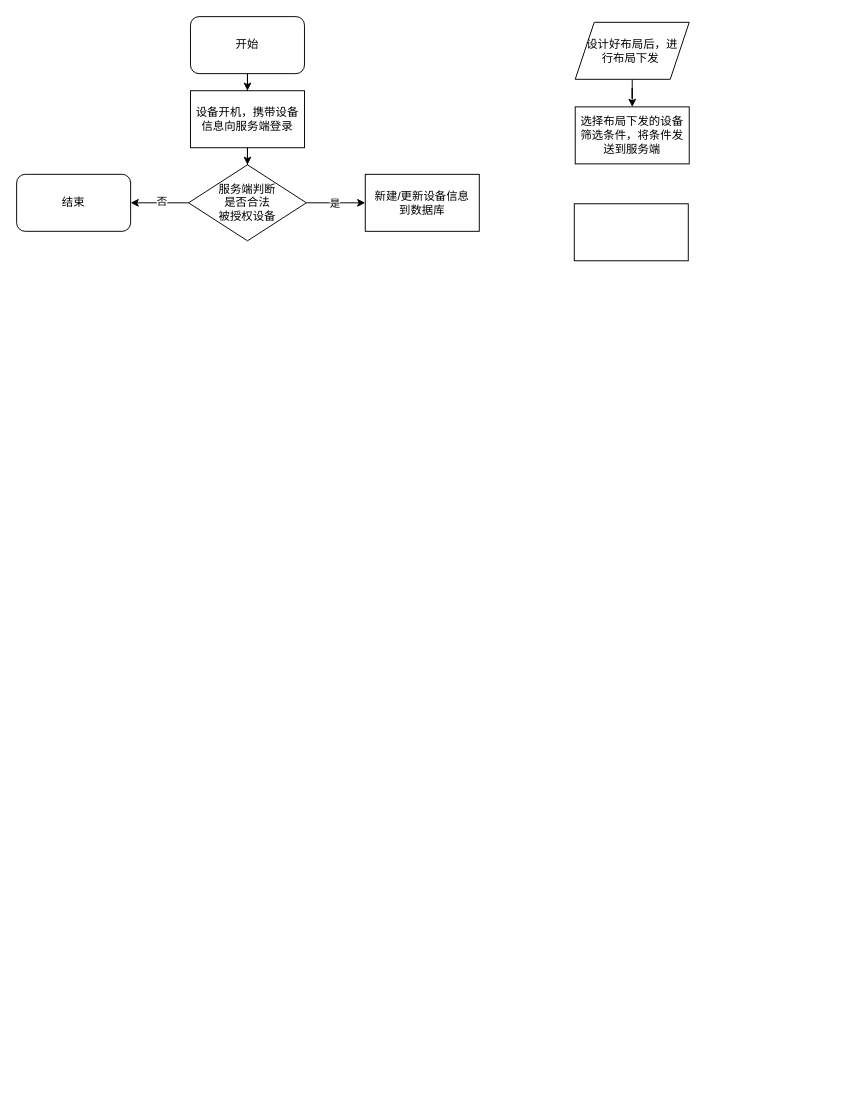
Earlier version of the draw.io diagram 专利-布局下发-流程图.drawio (sjxbg/xmindfile). Source tidied: cells renumbered, new cells numbered last; positions are measured from the earlier drawing's top-left corner, leaving out a move shared by most shapes. Both pictures are drawn from the tidied source at 95%, with x=0, y=0 at pixel (16, 16).
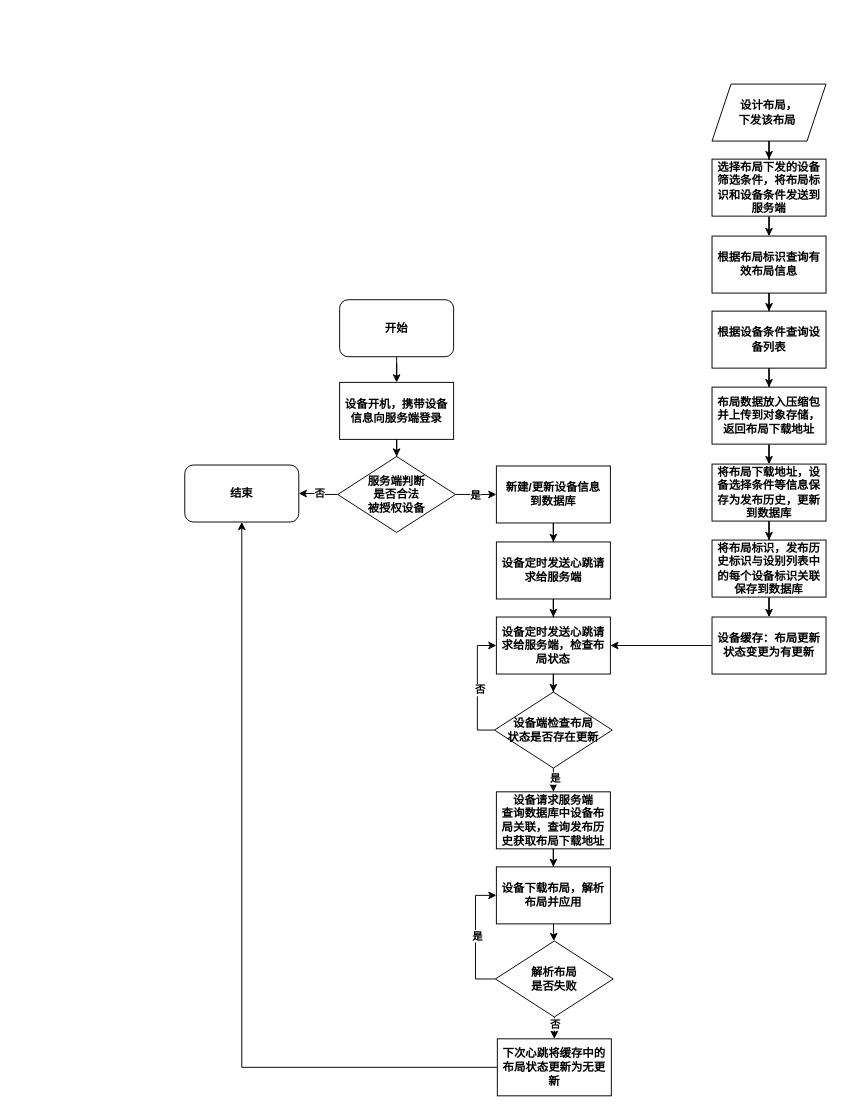
Above is the later version.

Commit message:
更新专利-布局下发-流程图.drawio

What changed in the source:
```diff
@@
-    <mxCell id="2" style="edgeStyle=orthogonalEdgeStyle;rounded=0;jettySize=auto;html=1;" parent="1" edge="1" source="3" target="5">
+    <mxCell id="2" style="edgeStyle=orthogonalEdgeStyle;rounded=0;jettySize=auto;html=1;fontStyle=1;" parent="1" edge="1" source="3" target="5">
       <mxGeometry relative="1" as="geometry" />
     </mxCell>
-    <mxCell id="3" value="开始" style="rounded=1;whiteSpace=wrap;html=1;" parent="1" vertex="1">
-      <mxGeometry x="183" width="120" height="60" as="geometry" />
+    <mxCell id="3" value="开始" style="rounded=1;whiteSpace=wrap;html=1;fontStyle=1;" parent="1" vertex="1">
+      <mxGeometry x="340" y="298" width="120" height="60" as="geometry" />
     </mxCell>
-    <mxCell id="4" style="edgeStyle=orthogonalEdgeStyle;rounded=0;jettySize=auto;html=1;" parent="1" edge="1" source="5" target="10">
+    <mxCell id="4" style="edgeStyle=orthogonalEdgeStyle;rounded=0;jettySize=auto;html=1;fontStyle=1;" parent="1" edge="1" source="5" target="10">
       <mxGeometry relative="1" as="geometry" />
     </mxCell>
-    <mxCell id="5" value="设备开机，携带设备信息向服务端登录" style="rounded=0;whiteSpace=wrap;html=1;" parent="1" vertex="1">
-      <mxGeometry x="183" y="78" width="120" height="60" as="geometry" />
+    <mxCell id="5" value="设备开机，携带设备信息向服务端登录" style="rounded=0;whiteSpace=wrap;html=1;fontStyle=1;" parent="1" vertex="1">
+      <mxGeometry x="340" y="385" width="120" height="60" as="geometry" />
     </mxCell>
-    <mxCell id="6" style="edgeStyle=orthogonalEdgeStyle;rounded=0;jettySize=auto;html=1;" parent="1" edge="1" source="10" target="11">
+    <mxCell id="6" style="edgeStyle=orthogonalEdgeStyle;rounded=0;jettySize=auto;html=1;fontStyle=1;" parent="1" edge="1" source="10" target="11">
       <mxGeometry relative="1" as="geometry" />
     </mxCell>
-    <mxCell id="7" value="否" style="edgeLabel;html=1;align=center;verticalAlign=middle;" parent="6" vertex="1">
+    <mxCell id="7" value="否" style="edgeLabel;html=1;align=center;verticalAlign=middle;fontStyle=1;" parent="6" vertex="1">
       <mxGeometry x="-0.05" y="-2" relative="1" as="geometry" />
     </mxCell>
-    <mxCell id="8" style="edgeStyle=orthogonalEdgeStyle;rounded=0;jettySize=auto;html=1;" parent="1" edge="1" source="10" target="12">
+    <mxCell id="8" style="edgeStyle=orthogonalEdgeStyle;rounded=0;jettySize=auto;html=1;fontStyle=1;" parent="1" edge="1" source="10" target="12">
       <mxGeometry relative="1" as="geometry" />
     </mxCell>
-    <mxCell id="9" value="是" style="edgeLabel;html=1;align=center;verticalAlign=middle;" parent="8" vertex="1">
+    <mxCell id="9" value="是" style="edgeLabel;html=1;align=center;verticalAlign=middle;fontStyle=1;" parent="8" vertex="1">
       <mxGeometry x="-0.08" relative="1" as="geometry" />
     </mxCell>
-    <mxCell id="10" value="服务端判断&lt;div&gt;是否合法&lt;div&gt;被授权设备&lt;/div&gt;&lt;/div&gt;" style="rhombus;whiteSpace=wrap;html=1;" parent="1" vertex="1">
-      <mxGeometry x="181" y="156" width="124" height="80" as="geometry" />
+    <mxCell id="10" value="服务端判断&lt;div&gt;是否合法&lt;div&gt;被授权设备&lt;/div&gt;&lt;/div&gt;" style="rhombus;whiteSpace=wrap;html=1;fontStyle=1;" parent="1" vertex="1">
+      <mxGeometry x="338" y="463" width="124" height="80" as="geometry" />
     </mxCell>
-    <mxCell id="11" value="结束" style="rounded=1;whiteSpace=wrap;html=1;" parent="1" vertex="1">
-      <mxGeometry y="166" width="120" height="60" as="geometry" />
+    <mxCell id="11" value="结束" style="rounded=1;whiteSpace=wrap;html=1;fontStyle=1;" parent="1" vertex="1">
+      <mxGeometry x="177" y="472" width="120" height="60" as="geometry" />
     </mxCell>
+    <mxCell id="17" style="edgeStyle=orthogonalEdgeStyle;rounded=0;jettySize=auto;html=1;entryX=0.5;entryY=0;entryDx=0;entryDy=0;fontStyle=1;" parent="1" edge="1" source="12" target="21">
+      <mxGeometry relative="1" as="geometry" />
+    </mxCell>
-    <mxCell id="12" value="新建/更新设备信息&lt;div&gt;到数据库&lt;/div&gt;" style="rounded=0;whiteSpace=wrap;html=1;" parent="1" vertex="1">
-      <mxGeometry x="367" y="166" width="120" height="60" as="geometry" />
+    <mxCell id="12" value="新建/更新设备信息&lt;div&gt;到数据库&lt;/div&gt;" style="rounded=0;whiteSpace=wrap;html=1;fontStyle=1;" parent="1" vertex="1">
+      <mxGeometry x="505" y="473" width="120" height="60" as="geometry" />
     </mxCell>
+    <mxCell id="18" style="edgeStyle=orthogonalEdgeStyle;rounded=0;jettySize=auto;html=1;fontStyle=1;" parent="1" edge="1" source="13" target="14">
+      <mxGeometry relative="1" as="geometry" />
+    </mxCell>
-    <mxCell id="13" value="选择布局下发的设备筛选条件，将条件发送到服务端" style="rounded=0;whiteSpace=wrap;html=1;" parent="1" vertex="1">
-      <mxGeometry x="588" y="95" width="120" height="60" as="geometry" />
+    <mxCell id="13" value="选择布局下发的设备筛选条件，将布局标识和设备条件发送到服务端" style="rounded=0;whiteSpace=wrap;html=1;fontStyle=1;" parent="1" vertex="1">
+      <mxGeometry x="732" y="150" width="120" height="60" as="geometry" />
     </mxCell>
+    <mxCell id="19" style="edgeStyle=orthogonalEdgeStyle;rounded=0;jettySize=auto;html=1;fontStyle=1;" parent="1" edge="1" source="14" target="25">
+      <mxGeometry relative="1" as="geometry" />
+    </mxCell>
-    <mxCell id="14" style="whiteSpace=wrap;html=1;" parent="1" vertex="1">
-      <mxGeometry x="587" y="197" width="120" height="60" as="geometry" />
+    <mxCell id="14" value="根据布局标识查询有效布局信息" style="whiteSpace=wrap;html=1;fontStyle=1;" parent="1" vertex="1">
+      <mxGeometry x="732" y="231" width="120" height="60" as="geometry" />
     </mxCell>
-    <mxCell id="15" style="edgeStyle=orthogonalEdgeStyle;rounded=0;jettySize=auto;html=1;" parent="1" edge="1" source="16" target="13">
+    <mxCell id="15" style="edgeStyle=orthogonalEdgeStyle;rounded=0;jettySize=auto;html=1;fontStyle=1;" parent="1" edge="1" source="16" target="13">
       <mxGeometry relative="1" as="geometry" />
     </mxCell>
-    <mxCell id="16" value="设计好布局后，进&lt;div&gt;行布局下发&amp;nbsp;&lt;/div&gt;" style="shape=parallelogram;perimeter=parallelogramPerimeter;whiteSpace=wrap;html=1;fixedSize=1;" parent="1" vertex="1">
-      <mxGeometry x="588" y="6" width="120" height="60" as="geometry" />
+    <mxCell id="16" value="设计布局，&lt;div&gt;下发该&lt;span style=&quot;background-color: initial;&quot;&gt;布局&amp;nbsp;&lt;/span&gt;&lt;/div&gt;" style="shape=parallelogram;perimeter=parallelogramPerimeter;whiteSpace=wrap;html=1;fixedSize=1;fontStyle=1;" parent="1" vertex="1">
+      <mxGeometry x="732" y="71" width="120" height="60" as="geometry" />
     </mxCell>
+    <mxCell id="20" style="edgeStyle=orthogonalEdgeStyle;rounded=0;jettySize=auto;html=1;fontStyle=1;" parent="1" edge="1" source="21" target="23">
+      <mxGeometry relative="1" as="geometry" />
+    </mxCell>
+    <mxCell id="21" value="设备定时发送心跳请求给服务端" style="rounded=0;whiteSpace=wrap;html=1;fontStyle=1;" parent="1" vertex="1">
+      <mxGeometry x="505" y="553" width="120" height="60" as="geometry" />
+    </mxCell>
+    <mxCell id="22" style="edgeStyle=orthogonalEdgeStyle;rounded=0;jettySize=auto;html=1;fontStyle=1;" parent="1" edge="1" source="23" target="36">
+      <mxGeometry relative="1" as="geometry" />
+    </mxCell>
+    <mxCell id="23" value="设备定时发送心跳请求给服务端，检查布局状态" style="rounded=0;whiteSpace=wrap;html=1;fontStyle=1;" parent="1" vertex="1">
+      <mxGeometry x="505" y="632" width="120" height="60" as="geometry" />
+    </mxCell>
+    <mxCell id="24" style="edgeStyle=orthogonalEdgeStyle;rounded=0;jettySize=auto;html=1;fontStyle=1;" parent="1" edge="1" source="25" target="27">
+      <mxGeometry relative="1" as="geometry" />
+    </mxCell>
+    <mxCell id="25" value="根据设备条件查询设备列表" style="whiteSpace=wrap;html=1;fontStyle=1;" parent="1" vertex="1">
+      <mxGeometry x="732" y="310" width="120" height="60" as="geometry" />
+    </mxCell>
+    <mxCell id="26" style="edgeStyle=orthogonalEdgeStyle;rounded=0;jettySize=auto;html=1;fontStyle=1;" parent="1" edge="1" source="27" target="29">
+      <mxGeometry relative="1" as="geometry" />
+    </mxCell>
+    <mxCell id="27" value="布局数据放入压缩包并上传到对象存储，返回布局下载地址" style="whiteSpace=wrap;html=1;fontStyle=1;" parent="1" vertex="1">
+      <mxGeometry x="732" y="390" width="120" height="60" as="geometry" />
+    </mxCell>
+    <mxCell id="28" style="edgeStyle=orthogonalEdgeStyle;rounded=0;jettySize=auto;html=1;fontStyle=1;" parent="1" edge="1" source="29" target="40">
+      <mxGeometry relative="1" as="geometry" />
+    </mxCell>
+    <mxCell id="29" value="将布局下载地址，设备选择条件等信息保存为发布历史，更新到数据库" style="whiteSpace=wrap;html=1;fontStyle=1;" parent="1" vertex="1">
+      <mxGeometry x="732" y="471" width="120" height="60" as="geometry" />
+    </mxCell>
+    <mxCell id="30" style="edgeStyle=orthogonalEdgeStyle;rounded=0;jettySize=auto;html=1;fontStyle=1;" parent="1" edge="1" source="31" target="23">
+      <mxGeometry relative="1" as="geometry" />
+    </mxCell>
+    <mxCell id="31" value="设备缓存：布局更新状态变更为有更新" style="whiteSpace=wrap;html=1;fontStyle=1;" parent="1" vertex="1">
+      <mxGeometry x="732" y="632" width="120" height="60" as="geometry" />
+    </mxCell>
+    <mxCell id="32" style="edgeStyle=orthogonalEdgeStyle;rounded=0;jettySize=auto;html=1;entryX=0;entryY=0.5;entryDx=0;entryDy=0;fontStyle=1;" parent="1" edge="1" source="36" target="23">
+      <mxGeometry relative="1" as="geometry">
+        <Array as="points">
+          <mxPoint x="485" y="751" />
+          <mxPoint x="485" y="662" />
+        </Array>
+      </mxGeometry>
+    </mxCell>
+    <mxCell id="33" value="否" style="edgeLabel;html=1;align=center;verticalAlign=middle;fontStyle=1;" parent="32" vertex="1">
+      <mxGeometry x="-0.04" y="-2" relative="1" as="geometry" />
+    </mxCell>
+    <mxCell id="34" style="edgeStyle=orthogonalEdgeStyle;rounded=0;jettySize=auto;html=1;fontStyle=1;" parent="1" edge="1" source="36" target="38">
+      <mxGeometry relative="1" as="geometry" />
+    </mxCell>
+    <mxCell id="35" value="是" style="edgeLabel;html=1;align=center;verticalAlign=middle;fontStyle=1;" parent="34" vertex="1">
+      <mxGeometry x="-0.3" relative="1" as="geometry">
+        <mxPoint x="1" y="-9" as="offset" />
+      </mxGeometry>
+    </mxCell>
+    <mxCell id="36" value="设备端检查布局&lt;div&gt;状态是否存在更新&lt;/div&gt;" style="rhombus;whiteSpace=wrap;html=1;fontStyle=1;" parent="1" vertex="1">
+      <mxGeometry x="503" y="711" width="124" height="80" as="geometry" />
+    </mxCell>
+    <mxCell id="37" style="edgeStyle=orthogonalEdgeStyle;rounded=0;jettySize=auto;html=1;fontStyle=1;" parent="1" edge="1" source="38" target="42">
+      <mxGeometry relative="1" as="geometry" />
+    </mxCell>
+    <mxCell id="38" value="设备请求服务端&lt;div&gt;查询数据库中设备布局关联，查询发布历史获取布局下载地址&lt;/div&gt;" style="rounded=0;whiteSpace=wrap;html=1;fontStyle=1;" parent="1" vertex="1">
+      <mxGeometry x="505" y="816" width="120" height="60" as="geometry" />
+    </mxCell>
+    <mxCell id="39" style="edgeStyle=orthogonalEdgeStyle;rounded=0;jettySize=auto;html=1;fontStyle=1;" parent="1" edge="1" source="40" target="31">
+      <mxGeometry relative="1" as="geometry" />
+    </mxCell>
+    <mxCell id="40" value="将布局标识，发布历史标识与设别列表中的每个设备标识关联保存到数据库" style="whiteSpace=wrap;html=1;fontStyle=1;" parent="1" vertex="1">
+      <mxGeometry x="732" y="551" width="120" height="60" as="geometry" />
+    </mxCell>
+    <mxCell id="41" style="edgeStyle=orthogonalEdgeStyle;rounded=0;jettySize=auto;html=1;fontStyle=1;" parent="1" edge="1" target="47">
+      <mxGeometry relative="1" as="geometry">
+        <mxPoint x="565" y="952" as="sourcePoint" />
+      </mxGeometry>
+    </mxCell>
+    <mxCell id="42" value="设备下载布局，解析布局并应用" style="rounded=0;whiteSpace=wrap;html=1;fontStyle=1;" parent="1" vertex="1">
+      <mxGeometry x="505" y="895" width="120" height="60" as="geometry" />
+    </mxCell>
+    <mxCell id="43" style="edgeStyle=orthogonalEdgeStyle;rounded=0;jettySize=auto;html=1;entryX=0;entryY=0.5;entryDx=0;entryDy=0;fontStyle=1;" parent="1" edge="1" source="47" target="42">
+      <mxGeometry relative="1" as="geometry">
+        <Array as="points">
+          <mxPoint x="483" y="1013" />
+          <mxPoint x="483" y="925" />
+        </Array>
+      </mxGeometry>
+    </mxCell>
+    <mxCell id="44" value="是" style="edgeLabel;html=1;align=center;verticalAlign=middle;fontStyle=1;" parent="43" vertex="1">
+      <mxGeometry x="0.03" y="-1" relative="1" as="geometry" />
+    </mxCell>
+    <mxCell id="45" style="edgeStyle=orthogonalEdgeStyle;rounded=0;jettySize=auto;html=1;fontStyle=1;" parent="1" edge="1" source="47" target="49">
+      <mxGeometry relative="1" as="geometry" />
+    </mxCell>
+    <mxCell id="46" value="否" style="edgeLabel;html=1;align=center;verticalAlign=middle;fontStyle=1;" parent="45" vertex="1">
+      <mxGeometry x="-0.58" relative="1" as="geometry">
+        <mxPoint y="-5" as="offset" />
+      </mxGeometry>
+    </mxCell>
+    <mxCell id="47" value="解析布局&lt;div&gt;是否失败&lt;/div&gt;" style="rhombus;whiteSpace=wrap;html=1;fontStyle=1;" parent="1" vertex="1">
+      <mxGeometry x="504" y="973" width="124" height="80" as="geometry" />
+    </mxCell>
+    <mxCell id="48" style="edgeStyle=orthogonalEdgeStyle;rounded=0;jettySize=auto;html=1;entryX=0.5;entryY=1;entryDx=0;entryDy=0;fontStyle=1;" parent="1" edge="1" source="49" target="11">
+      <mxGeometry relative="1" as="geometry" />
+    </mxCell>
+    <mxCell id="49" value="下次心跳将缓存中的布局状态更新为无更新" style="whiteSpace=wrap;html=1;fontStyle=1;" parent="1" vertex="1">
+      <mxGeometry x="506" y="1076" width="120" height="60" as="geometry" />
+    </mxCell>
```
